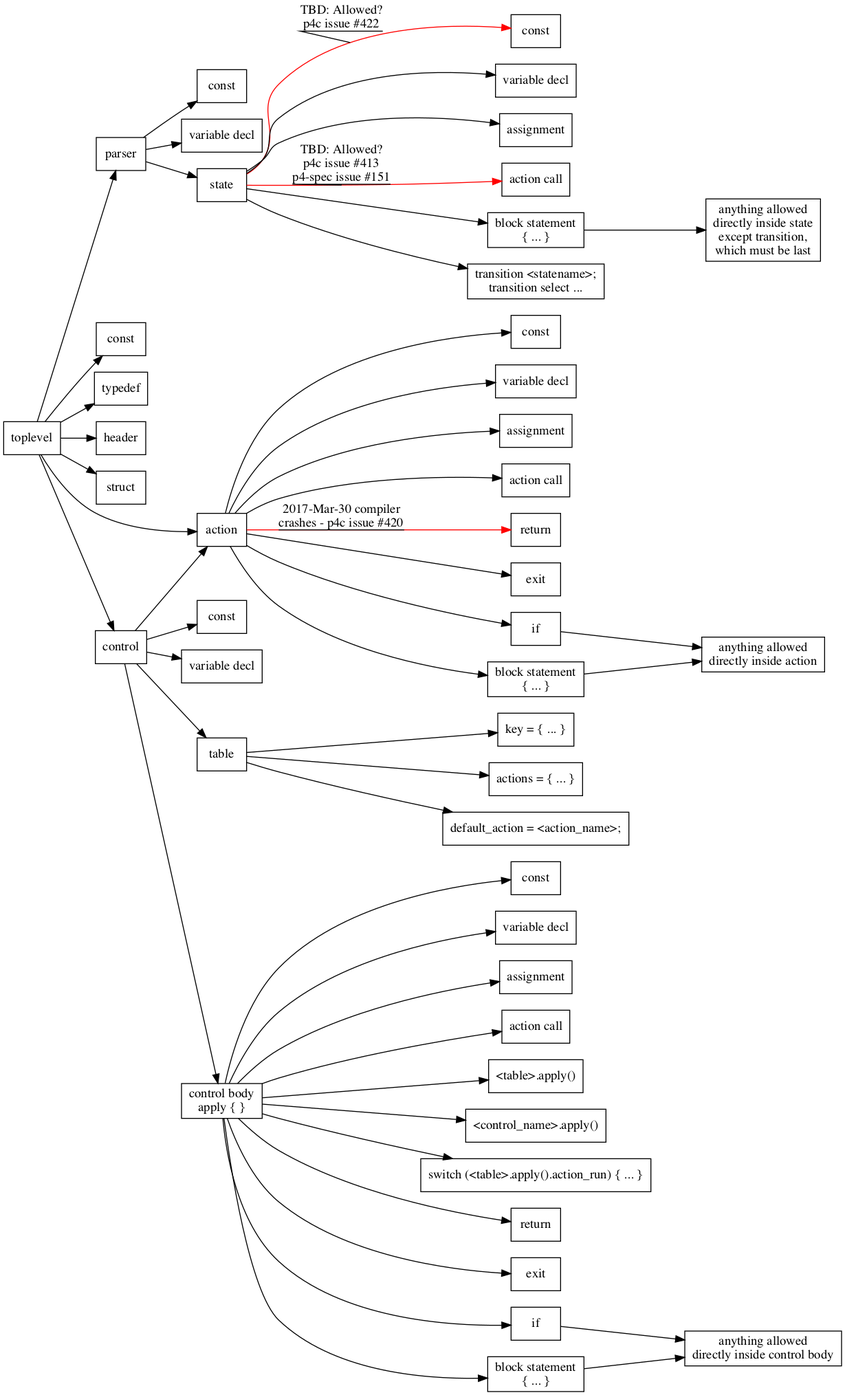
Earlier version of the Graphviz export p4-16-allowed-constructs.png (jafingerhut/p4-guide). Its source is kept beside it as p4-16-allowed-constructs.dot.
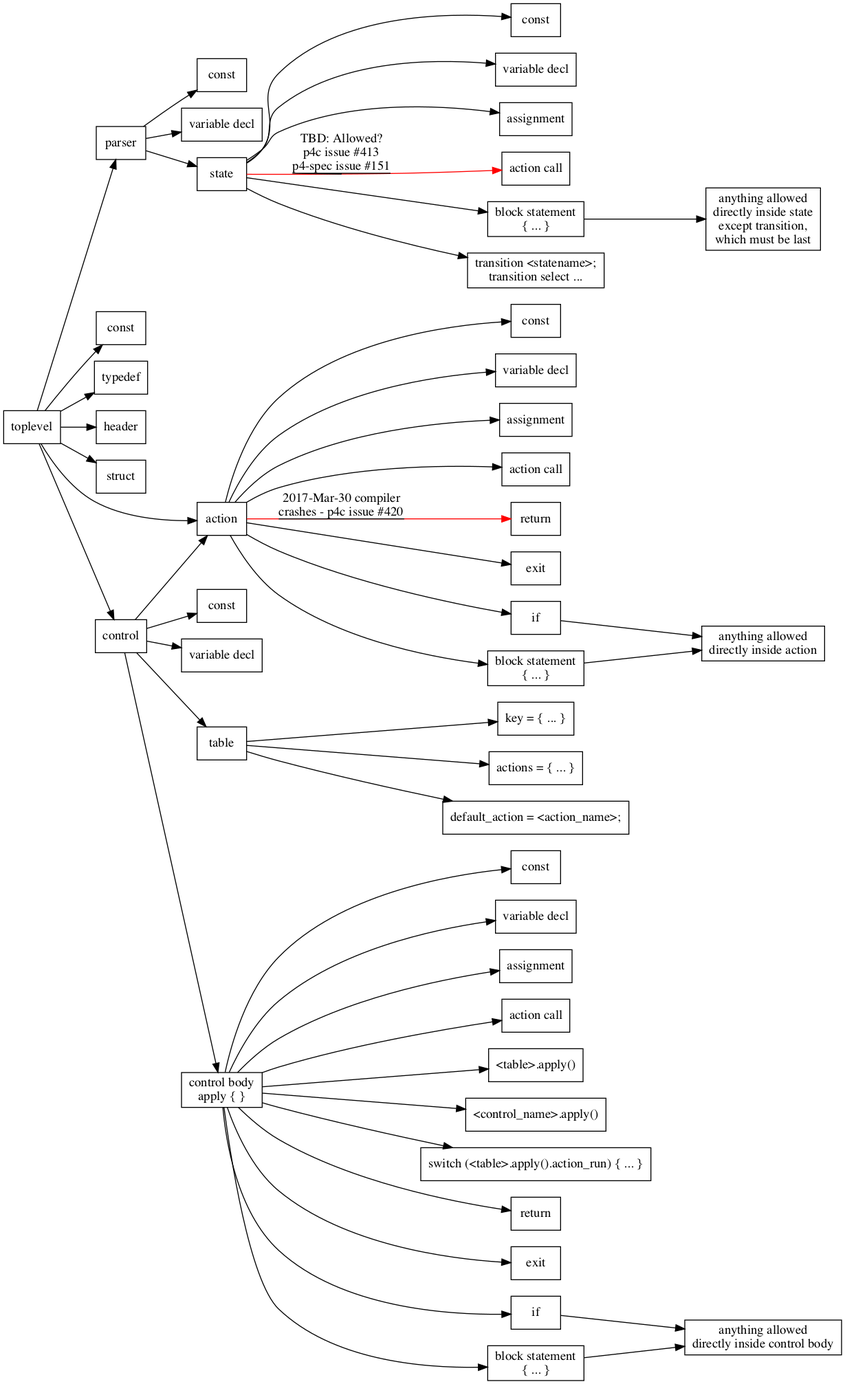
After the change.

Commit message:
Update to p4-16-allowed-constructs.{dot,txt} after p4c fix for issue #422

Diff of the diagram source:
```diff
@@ -26,7 +26,7 @@
     parserDeclaration -> parserState;
 
     parserState [label="state"];
-    parserState -> constantDeclaration3 [color=red label="TBD: Allowed?\np4c issue #422" decorate=True];
+    parserState -> constantDeclaration3;
     constantDeclaration3 [label="const"];
     parserState -> variableDeclaration3;
     variableDeclaration3 [label="variable decl"];
```
